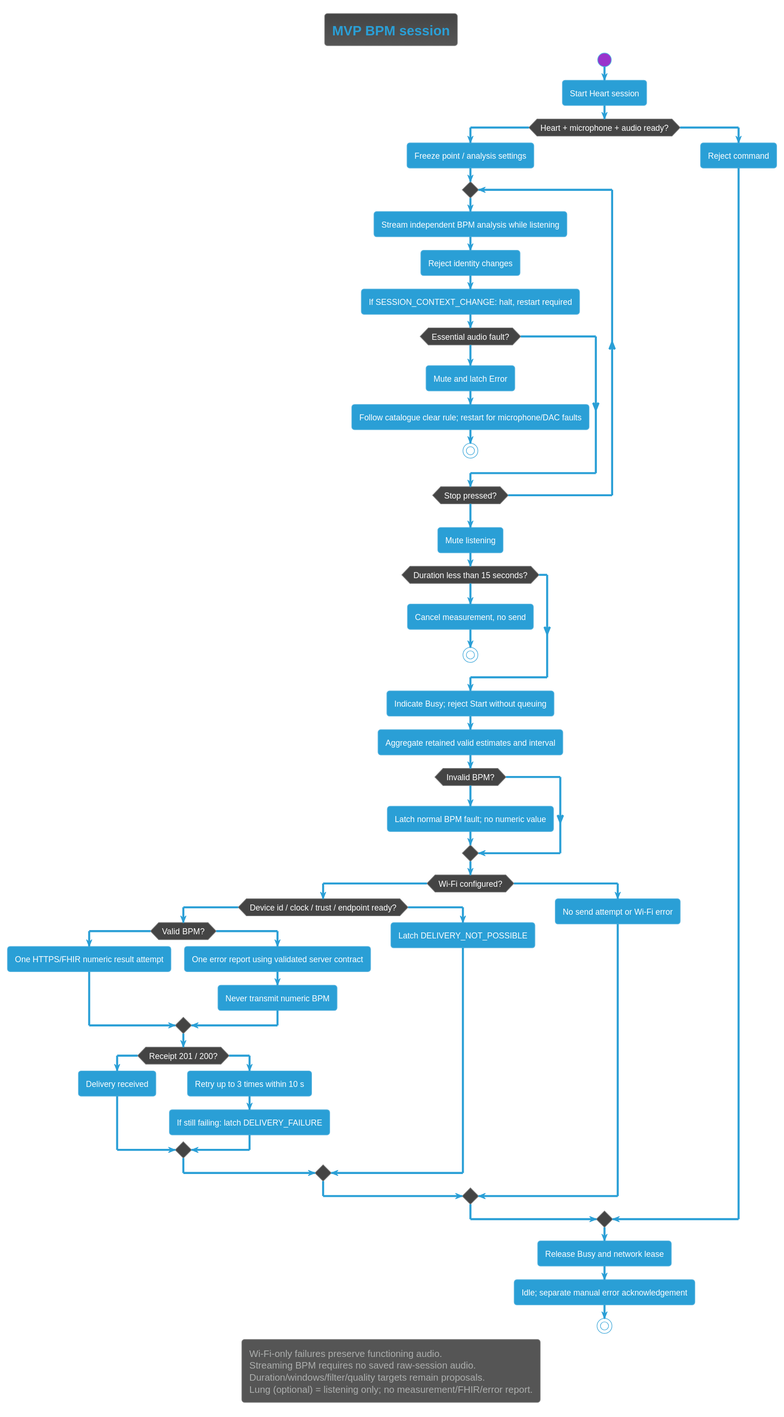
DemonicPsychoII/DigitalStethoscope keeps this PlantUML diagram as Development/system/architecture/system/rendered/measurement_workflow.svg. Above is the earlier version.
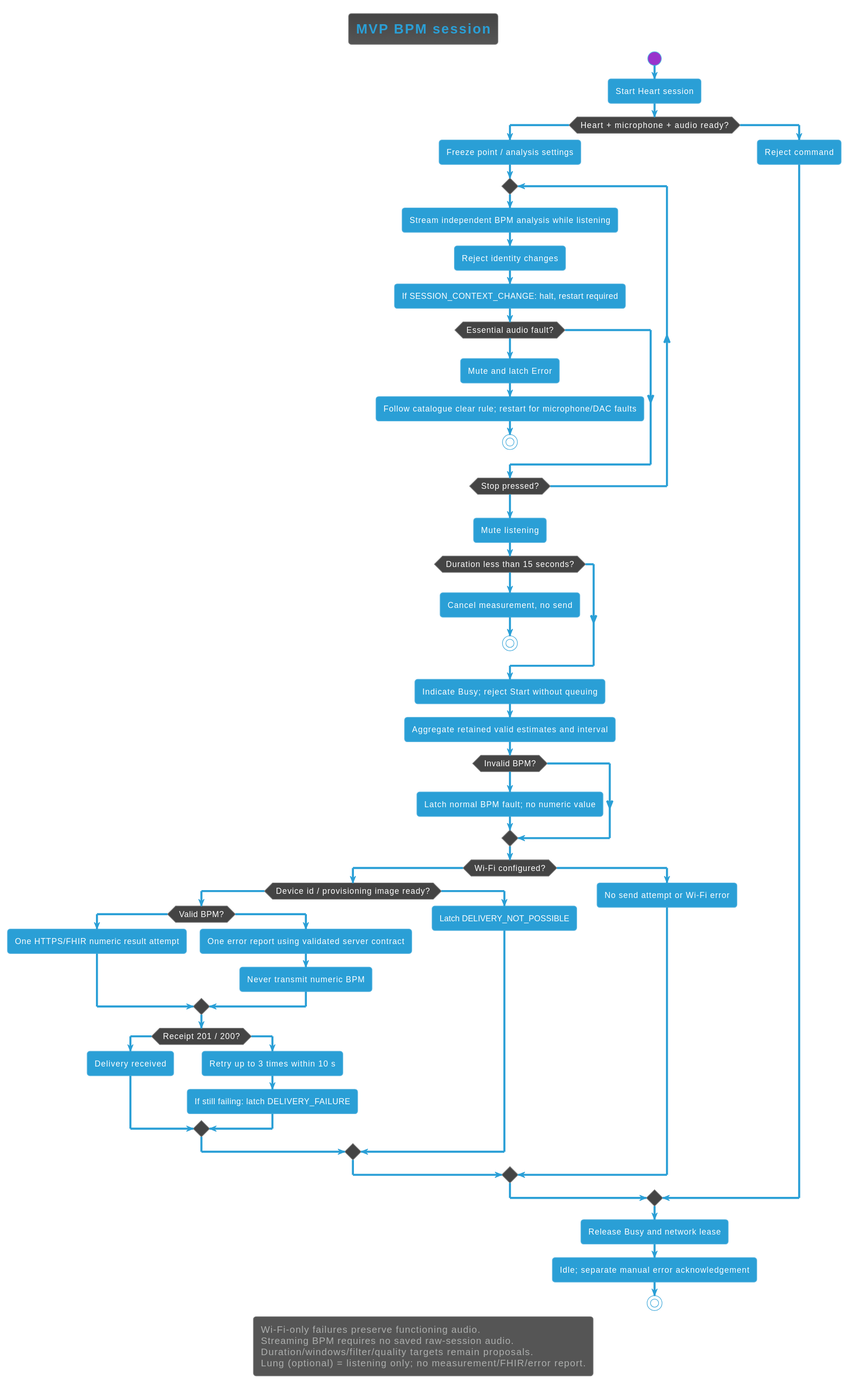
Later version of the same file.

Diff of the diagram source:
```diff
@@ -28,7 +28,7 @@
   :Latch normal BPM fault; no numeric value;
  endif
  if (Wi-Fi configured?) then (yes)
-  if (Device id / clock / trust / endpoint ready?) then (yes)
+  if (Device id / provisioning image ready?) then (yes)
    if (Valid BPM?) then (yes)
     :One HTTPS/FHIR numeric result attempt;
    else (no)
```
